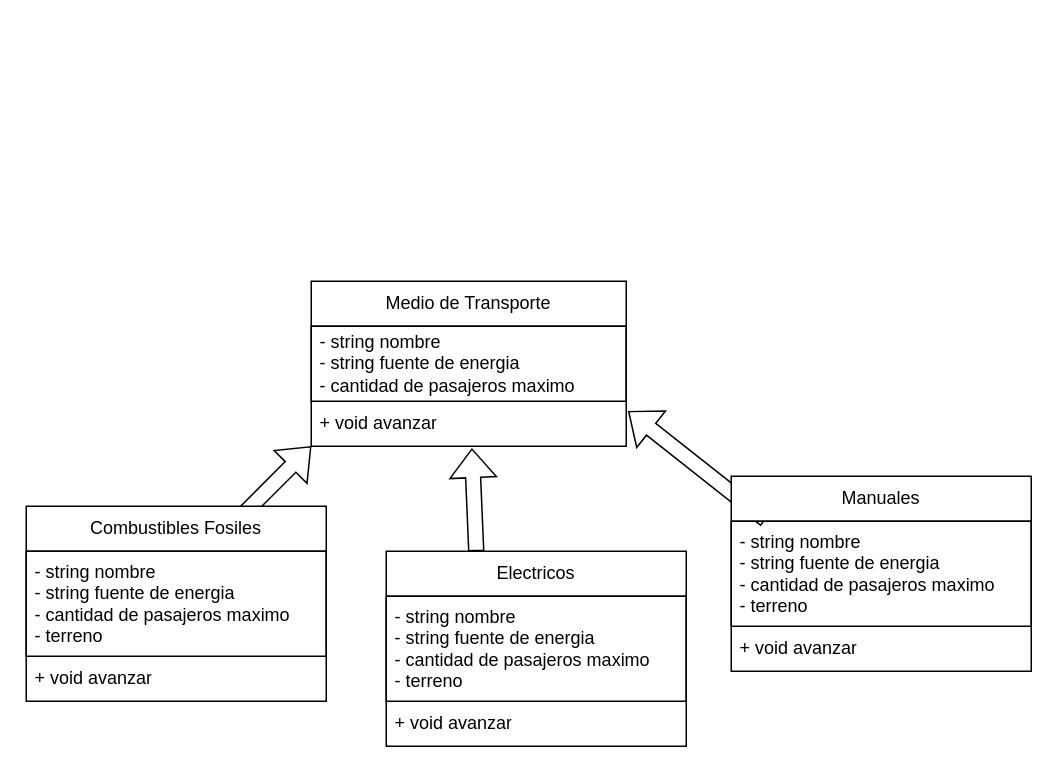
The draw.io diagram UML.drawio in Kal222000/Recuperatorio-I-Programacion-II, before the edit. Source tidied: cells renumbered, new cells numbered last; positions are measured from the earlier drawing's top-left corner, leaving out a move shared by most shapes. Both pictures are drawn from the tidied source at 150%, with x=0, y=0 at pixel (26, 280).
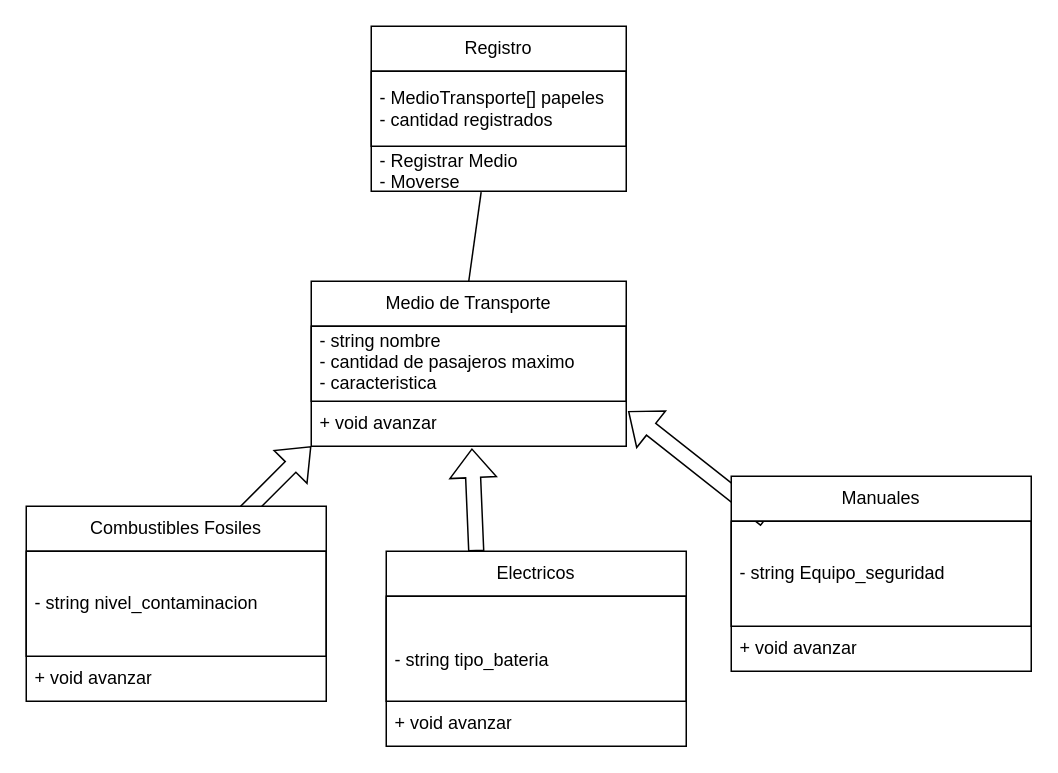
The same page after the edit.

The change refers to these unchanged cells:
```xml
<mxCell id="2" value="Medio de Transporte" style="swimlane;fontStyle=0;horizontal=1;startSize=30;whiteSpace=wrap;html=1;" parent="1" vertex="1">
  <mxGeometry x="190" width="210" height="110" as="geometry" />
</mxCell>
<mxCell id="6" value="Electricos" style="swimlane;fontStyle=0;horizontal=1;startSize=30;whiteSpace=wrap;html=1;" parent="1" vertex="1">
  <mxGeometry x="240" y="180" width="200" height="130" as="geometry" />
</mxCell>
<mxCell id="10" value="Manuales" style="swimlane;fontStyle=0;horizontal=1;startSize=30;whiteSpace=wrap;html=1;" parent="1" vertex="1">
  <mxGeometry x="470" y="130" width="200" height="130" as="geometry" />
</mxCell>
<mxCell id="14" value="Combustibles Fosiles" style="swimlane;fontStyle=0;horizontal=1;startSize=30;whiteSpace=wrap;html=1;" parent="1" vertex="1">
  <mxGeometry y="150" width="200" height="130" as="geometry" />
</mxCell>
```

What changed in the source:
```diff
@@
-    <mxCell id="3" value="- string nombre&lt;div&gt;- string fuente de energia&lt;/div&gt;&lt;div&gt;- cantidad de pasajeros maximo&lt;/div&gt;" style="text;strokeColor=default;fillColor=none;align=left;verticalAlign=middle;spacingLeft=4;spacingRight=4;overflow=hidden;whiteSpace=wrap;html=1;" parent="2" vertex="1">
+    <mxCell id="3" value="- string nombre&lt;div&gt;- cantidad de pasajeros maximo&lt;/div&gt;&lt;div&gt;- caracteristica&lt;div&gt;&lt;br&gt;&lt;/div&gt;&lt;/div&gt;" style="text;strokeColor=default;fillColor=none;align=left;verticalAlign=middle;spacingLeft=4;spacingRight=4;overflow=hidden;whiteSpace=wrap;html=1;" parent="2" vertex="1">
       <mxGeometry y="30" width="210" height="50" as="geometry" />
     </mxCell>
@@
-    <mxCell id="7" value="- string nombre&lt;div&gt;- string fuente de energia&lt;/div&gt;&lt;div&gt;- cantidad de pasajeros maximo&lt;/div&gt;&lt;div&gt;- terreno&lt;/div&gt;" style="text;strokeColor=default;fillColor=none;align=left;verticalAlign=middle;spacingLeft=4;spacingRight=4;overflow=hidden;whiteSpace=wrap;html=1;" parent="6" vertex="1">
+    <mxCell id="7" value="&lt;br&gt;&lt;div&gt;- string tipo_bateria&lt;/div&gt;" style="text;strokeColor=default;fillColor=none;align=left;verticalAlign=middle;spacingLeft=4;spacingRight=4;overflow=hidden;whiteSpace=wrap;html=1;" parent="6" vertex="1">
       <mxGeometry y="30" width="200" height="70" as="geometry" />
     </mxCell>
@@
-    <mxCell id="11" value="- string nombre&lt;div&gt;- string fuente de energia&lt;/div&gt;&lt;div&gt;- cantidad de pasajeros maximo&lt;/div&gt;&lt;div&gt;- terreno&lt;/div&gt;" style="text;strokeColor=default;fillColor=none;align=left;verticalAlign=middle;spacingLeft=4;spacingRight=4;overflow=hidden;whiteSpace=wrap;html=1;" parent="10" vertex="1">
+    <mxCell id="11" value="- string Equipo_seguridad" style="text;strokeColor=default;fillColor=none;align=left;verticalAlign=middle;spacingLeft=4;spacingRight=4;overflow=hidden;whiteSpace=wrap;html=1;" parent="10" vertex="1">
       <mxGeometry y="30" width="200" height="70" as="geometry" />
     </mxCell>
@@
-    <mxCell id="15" value="- string nombre&lt;div&gt;- string fuente de energia&lt;/div&gt;&lt;div&gt;- cantidad de pasajeros maximo&lt;/div&gt;&lt;div&gt;- terreno&lt;/div&gt;" style="text;strokeColor=default;fillColor=none;align=left;verticalAlign=middle;spacingLeft=4;spacingRight=4;overflow=hidden;whiteSpace=wrap;html=1;" parent="14" vertex="1">
+    <mxCell id="15" value="- string nivel_contaminacion" style="text;strokeColor=default;fillColor=none;align=left;verticalAlign=middle;spacingLeft=4;spacingRight=4;overflow=hidden;whiteSpace=wrap;html=1;" parent="14" vertex="1">
       <mxGeometry y="30" width="200" height="70" as="geometry" />
     </mxCell>
@@
+    <mxCell id="17" value="Registro" style="swimlane;fontStyle=0;horizontal=1;startSize=30;whiteSpace=wrap;html=1;" parent="1" vertex="1">
+      <mxGeometry x="230" y="-170" width="170" height="110" as="geometry" />
+    </mxCell>
+    <mxCell id="18" value="- MedioTransporte[] papeles&lt;div&gt;- cantidad registrados&lt;/div&gt;" style="text;strokeColor=default;fillColor=none;align=left;verticalAlign=middle;spacingLeft=4;spacingRight=4;overflow=hidden;whiteSpace=wrap;html=1;" parent="17" vertex="1">
+      <mxGeometry y="30" width="170" height="50" as="geometry" />
+    </mxCell>
+    <mxCell id="19" value="- Registrar Medio&lt;div&gt;- Moverse&lt;/div&gt;" style="text;strokeColor=none;fillColor=none;align=left;verticalAlign=middle;spacingLeft=4;spacingRight=4;overflow=hidden;points=[[0,0.5],[1,0.5]];portConstraint=eastwest;whiteSpace=wrap;html=1;" parent="17" vertex="1">
+      <mxGeometry y="80" width="170" height="30" as="geometry" />
+    </mxCell>
+    <mxCell id="20" style="endArrow=none;html=1;rounded=0;entryX=0.431;entryY=1.02;entryDx=0;entryDy=0;entryPerimeter=0;exitX=0.5;exitY=0;exitDx=0;exitDy=0;" parent="1" edge="1" source="2" target="19">
+      <mxGeometry relative="1" as="geometry" />
+    </mxCell>
```
